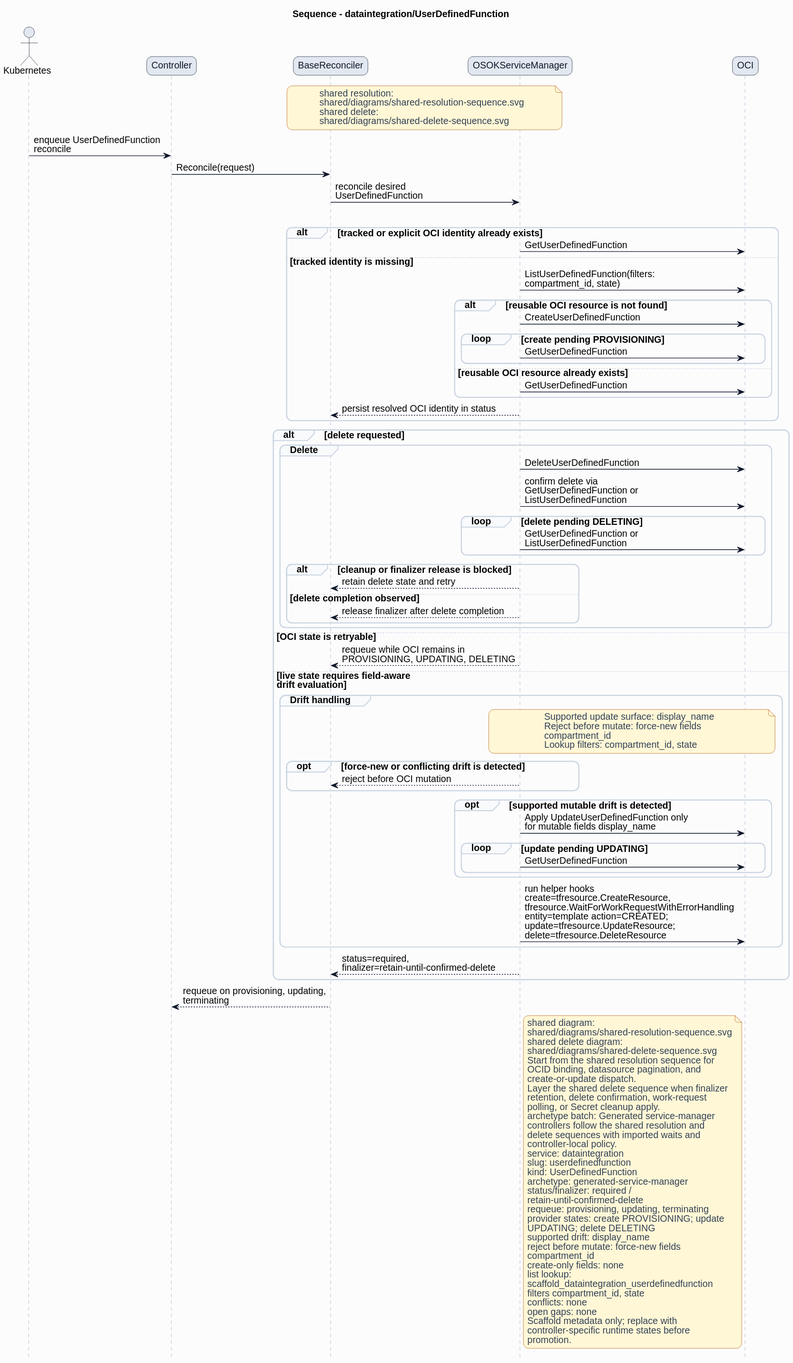
This is formal/controllers/dataintegration/userdefinedfunction/diagrams/sequence.svg from HaoyL666/oci-service-operator, a PlantUML export, as it was before one commit. The source it was exported from:
```plantuml
@startuml
skinparam shadowing false
skinparam backgroundColor #fcfcfd
skinparam defaultFontName Helvetica
skinparam defaultFontSize 14
skinparam arrowColor #0f172a
skinparam noteBackgroundColor #fff7d6
skinparam noteBorderColor #b45309
skinparam noteFontColor #334155
skinparam roundcorner 16
title Sequence - dataintegration/UserDefinedFunction
hide footbox
skinparam sequence {
  actorBorderColor #0f172a
  actorBackgroundColor #e2e8f0
  participantBorderColor #0f172a
  participantBackgroundColor #e2e8f0
  participantFontColor #0f172a
  lifeLineBorderColor #94a3b8
  groupBorderColor #cbd5e1
  groupBackgroundColor #f8fafc
}
actor Kubernetes
participant Controller
participant BaseReconciler
participant "OSOKServiceManager" as ServiceManager
participant OCI
note over BaseReconciler,ServiceManager
shared resolution:
shared/diagrams/shared-resolution-sequence.svg
shared delete:
shared/diagrams/shared-delete-sequence.svg
end note
Kubernetes -> Controller: enqueue UserDefinedFunction\nreconcile
Controller -> BaseReconciler: Reconcile(request)
BaseReconciler -> ServiceManager: reconcile desired\nUserDefinedFunction
group Lookup and bind
alt tracked or explicit OCI identity already exists
ServiceManager -> OCI: GetUserDefinedFunction
else tracked identity is missing
ServiceManager -> OCI: ListUserDefinedFunction(filters:\ncompartment_id, state)
alt reusable OCI resource is not found
ServiceManager -> OCI: CreateUserDefinedFunction
loop create pending PROVISIONING
ServiceManager -> OCI: GetUserDefinedFunction
end
else reusable OCI resource already exists
ServiceManager -> OCI: GetUserDefinedFunction
end
ServiceManager --> BaseReconciler: persist resolved OCI identity in status
end
alt delete requested
group Delete
ServiceManager -> OCI: DeleteUserDefinedFunction
ServiceManager -> OCI: confirm delete via\nGetUserDefinedFunction or\nListUserDefinedFunction
loop delete pending DELETING
ServiceManager -> OCI: GetUserDefinedFunction or\nListUserDefinedFunction
end
alt cleanup or finalizer release is blocked
ServiceManager --> BaseReconciler: retain delete state and retry
else delete completion observed
ServiceManager --> BaseReconciler: release finalizer after delete completion
end
end
else OCI state is retryable
ServiceManager --> BaseReconciler: requeue while OCI remains in\nPROVISIONING, UPDATING, DELETING
else live state requires field-aware\ndrift evaluation
group Drift handling
note over ServiceManager,OCI
Supported update surface: display_name
Reject before mutate: force-new fields
compartment_id
Lookup filters: compartment_id, state
end note
opt force-new or conflicting drift is detected
ServiceManager --> BaseReconciler: reject before OCI mutation
end
opt supported mutable drift is detected
ServiceManager -> OCI: Apply UpdateUserDefinedFunction only\nfor mutable fields display_name
loop update pending UPDATING
ServiceManager -> OCI: GetUserDefinedFunction
end
end
ServiceManager -> OCI: run helper hooks\ncreate=tfresource.CreateResource,\ntfresource.WaitForWorkRequestWithErrorHandling\nentity=template action=CREATED;\nupdate=tfresource.UpdateResource;\ndelete=tfresource.DeleteResource
end
ServiceManager --> BaseReconciler: status=required,\nfinalizer=retain-until-confirmed-delete
end
BaseReconciler --> Controller: requeue on provisioning, updating,\nterminating
note right of ServiceManager
shared diagram:
shared/diagrams/shared-resolution-sequence.svg
shared delete diagram:
shared/diagrams/shared-delete-sequence.svg
Start from the shared resolution sequence for
OCID binding, datasource pagination, and
create-or-update dispatch.
Layer the shared delete sequence when finalizer
retention, delete confirmation, work-request
polling, or Secret cleanup apply.
archetype batch: Generated service-manager
controllers follow the shared resolution and
delete sequences with imported waits and
controller-local policy.
service: dataintegration
slug: userdefinedfunction
kind: UserDefinedFunction
archetype: generated-service-manager
status/finalizer: required /
retain-until-confirmed-delete
requeue: provisioning, updating, terminating
provider states: create PROVISIONING; update
UPDATING; delete DELETING
supported drift: display_name
reject before mutate: force-new fields
compartment_id
create-only fields: none
list lookup:
scaffold_dataintegration_userdefinedfunction
filters compartment_id, state
conflicts: none
open gaps: none
Scaffold metadata only; replace with
controller-specific runtime states before
promotion.
end note
@enduml
```
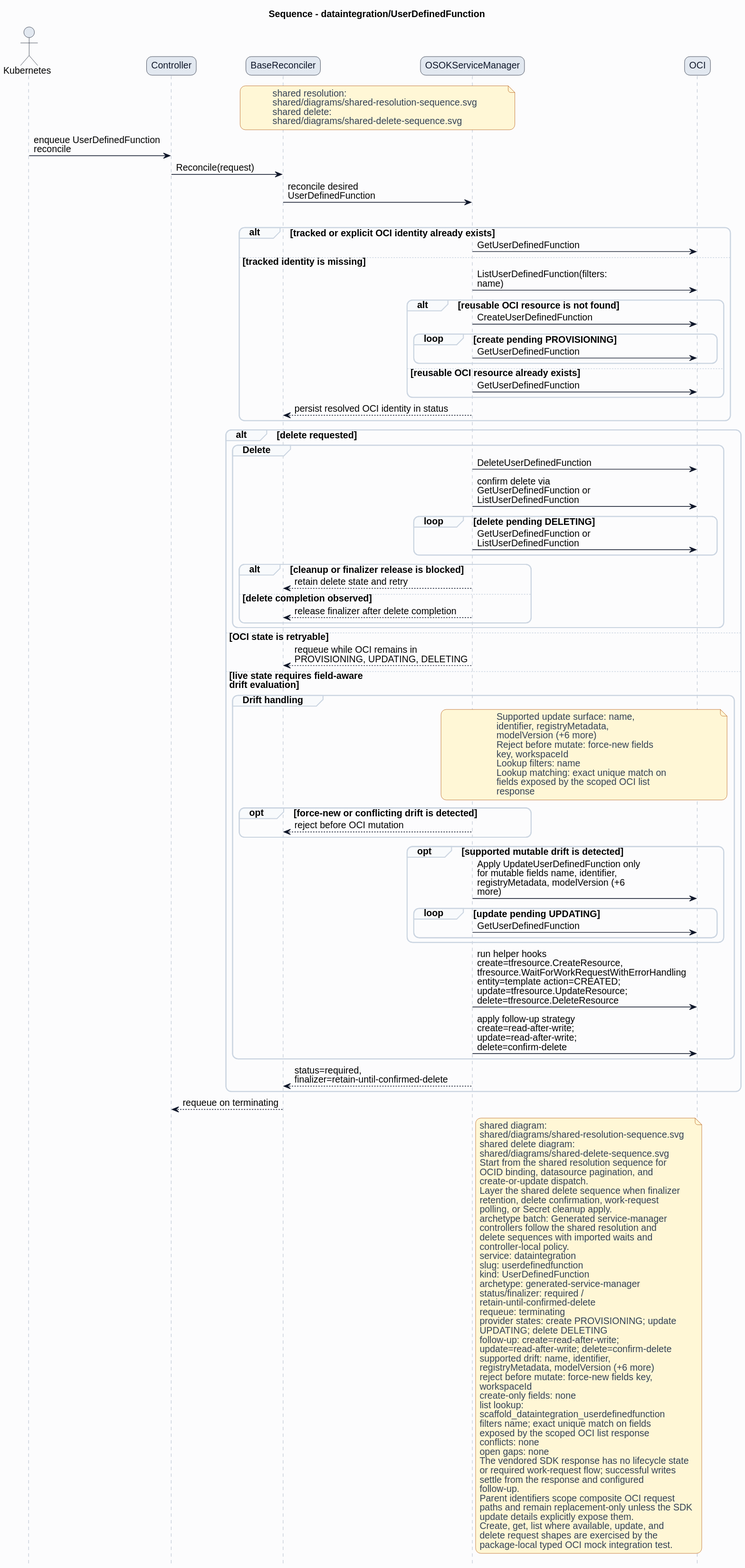
After the commit.

Change to the diagram source:
```diff
@@ -38,7 +38,7 @@
 alt tracked or explicit OCI identity already exists
 ServiceManager -> OCI: GetUserDefinedFunction
 else tracked identity is missing
-ServiceManager -> OCI: ListUserDefinedFunction(filters:\ncompartment_id, state)
+ServiceManager -> OCI: ListUserDefinedFunction(filters:\nname)
 alt reusable OCI resource is not found
 ServiceManager -> OCI: CreateUserDefinedFunction
 loop create pending PROVISIONING
@@ -67,25 +67,31 @@
 else live state requires field-aware\ndrift evaluation
 group Drift handling
 note over ServiceManager,OCI
-Supported update surface: display_name
+Supported update surface: name,
+identifier, registryMetadata,
+modelVersion (+6 more)
 Reject before mutate: force-new fields
-compartment_id
-Lookup filters: compartment_id, state
+key, workspaceId
+Lookup filters: name
+Lookup matching: exact unique match on
+fields exposed by the scoped OCI list
+response
 end note
 opt force-new or conflicting drift is detected
 ServiceManager --> BaseReconciler: reject before OCI mutation
 end
 opt supported mutable drift is detected
-ServiceManager -> OCI: Apply UpdateUserDefinedFunction only\nfor mutable fields display_name
+ServiceManager -> OCI: Apply UpdateUserDefinedFunction only\nfor mutable fields name, identifier,\nregistryMetadata, modelVersion (+6\nmore)
 loop update pending UPDATING
 ServiceManager -> OCI: GetUserDefinedFunction
 end
 end
 ServiceManager -> OCI: run helper hooks\ncreate=tfresource.CreateResource,\ntfresource.WaitForWorkRequestWithErrorHandling\nentity=template action=CREATED;\nupdate=tfresource.UpdateResource;\ndelete=tfresource.DeleteResource
+ServiceManager -> OCI: apply follow-up strategy\ncreate=read-after-write;\nupdate=read-after-write;\ndelete=confirm-delete
 end
 ServiceManager --> BaseReconciler: status=required,\nfinalizer=retain-until-confirmed-delete
 end
-BaseReconciler --> Controller: requeue on provisioning, updating,\nterminating
+BaseReconciler --> Controller: requeue on terminating
 note right of ServiceManager
 shared diagram:
 shared/diagrams/shared-resolution-sequence.svg
@@ -107,20 +113,31 @@
 archetype: generated-service-manager
 status/finalizer: required /
 retain-until-confirmed-delete
-requeue: provisioning, updating, terminating
+requeue: terminating
 provider states: create PROVISIONING; update
 UPDATING; delete DELETING
-supported drift: display_name
-reject before mutate: force-new fields
-compartment_id
+follow-up: create=read-after-write;
+update=read-after-write; delete=confirm-delete
+supported drift: name, identifier,
+registryMetadata, modelVersion (+6 more)
+reject before mutate: force-new fields key,
+workspaceId
 create-only fields: none
 list lookup:
 scaffold_dataintegration_userdefinedfunction
-filters compartment_id, state
+filters name; exact unique match on fields
+exposed by the scoped OCI list response
 conflicts: none
 open gaps: none
-Scaffold metadata only; replace with
-controller-specific runtime states before
-promotion.
+The vendored SDK response has no lifecycle state
+or required work-request flow; successful writes
+settle from the response and configured
+follow-up.
+Parent identifiers scope composite OCI request
+paths and remain replacement-only unless the SDK
+update details explicitly expose them.
+Create, get, list where available, update, and
+delete request shapes are exercised by the
+package-local typed OCI mock integration test.
 end note
 @enduml
```
